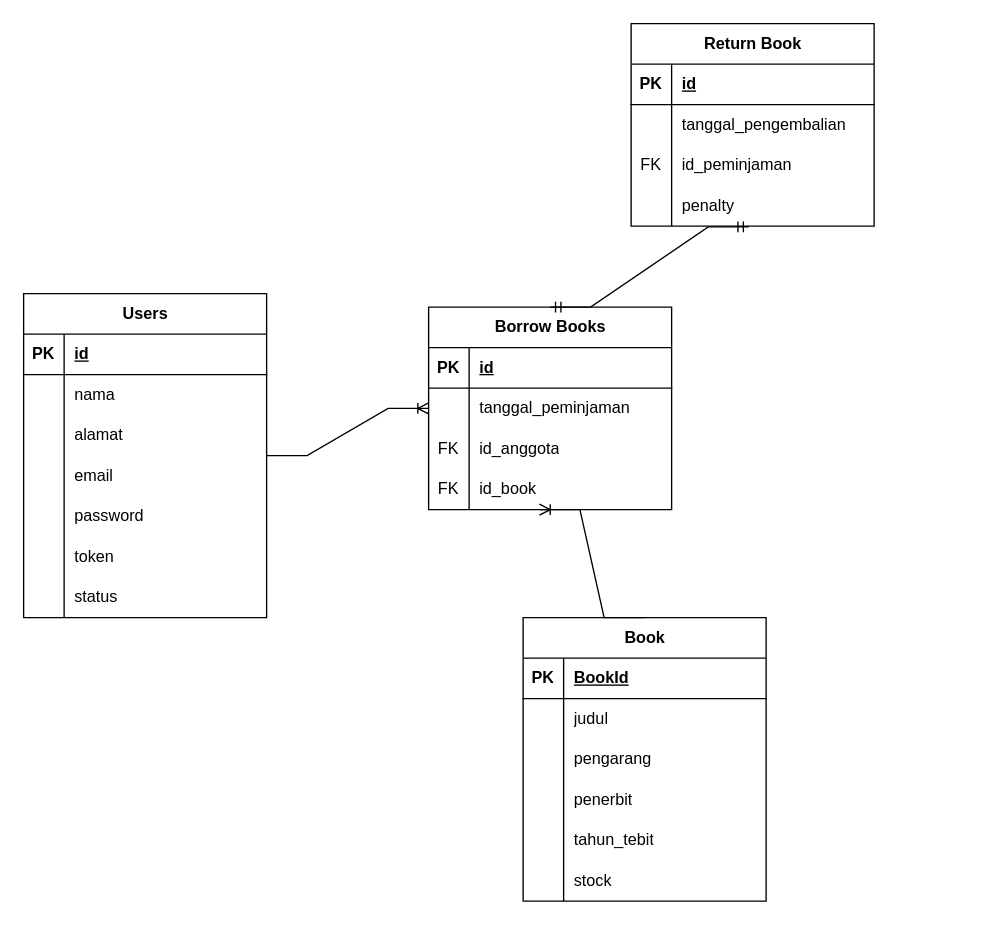
Earlier version of the draw.io diagram Diagram Tanpa Judul.drawio (Syaal/library). Source tidied: cells renumbered, new cells numbered last; positions are measured from the earlier drawing's top-left corner, leaving out a move shared by most shapes. Both pictures are drawn from the tidied source at 135%, with x=0, y=0 at pixel (23, 23).
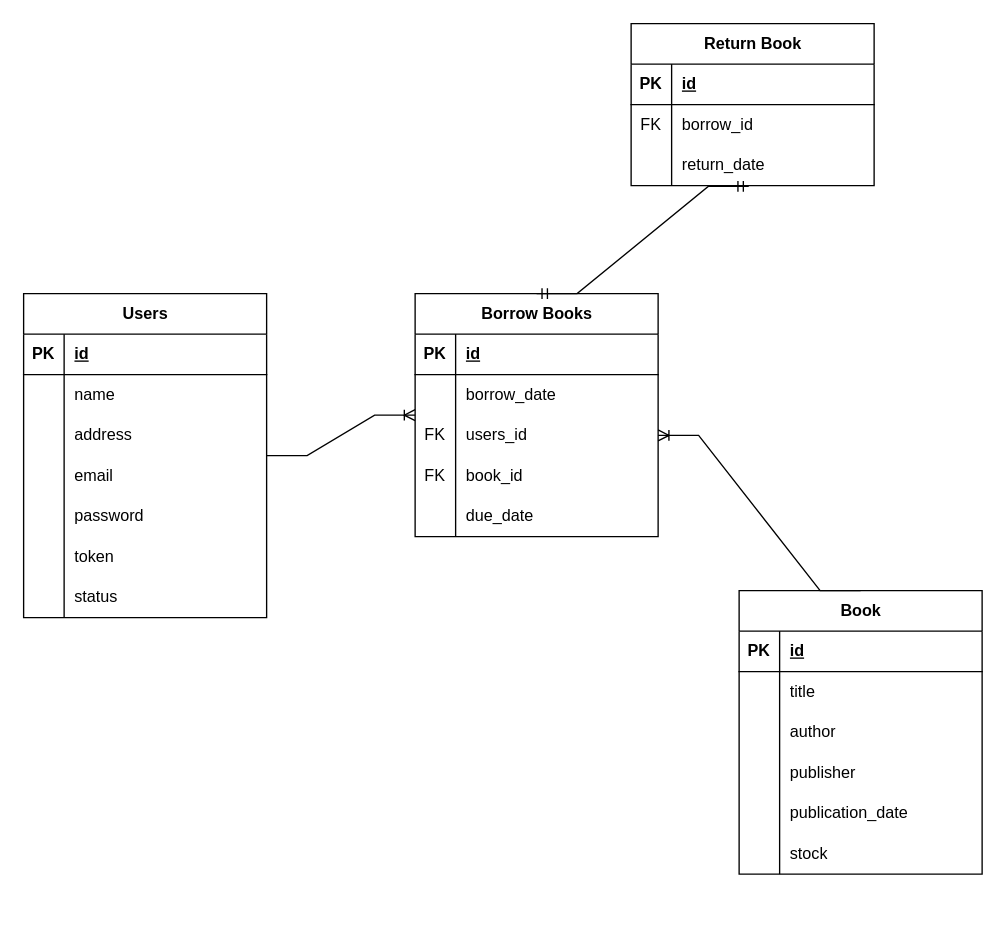
Above is the later version.

Commit message:
mengganti atribut

The change refers to these unchanged cells:
```xml
<mxCell id="3" style="shape=tableRow;horizontal=0;startSize=0;swimlaneHead=0;swimlaneBody=0;fillColor=none;top=0;left=0;right=0;bottom=1;" parent="2" vertex="1">
  <mxGeometry y="30" width="180" height="30" as="geometry" />
</mxCell>
<mxCell id="6" style="shape=tableRow;horizontal=0;startSize=0;swimlaneHead=0;swimlaneBody=0;fillColor=none;top=0;left=0;right=0;bottom=0;" parent="2" vertex="1">
  <mxGeometry y="60" width="180" height="30" as="geometry" />
</mxCell>
<mxCell id="9" style="shape=tableRow;horizontal=0;startSize=0;swimlaneHead=0;swimlaneBody=0;fillColor=none;top=0;left=0;right=0;bottom=0;" parent="2" vertex="1">
  <mxGeometry y="90" width="180" height="30" as="geometry" />
</mxCell>
<mxCell id="12" style="shape=tableRow;horizontal=0;startSize=0;swimlaneHead=0;swimlaneBody=0;fillColor=none;top=0;left=0;right=0;bottom=0;" parent="2" vertex="1">
  <mxGeometry y="120" width="180" height="30" as="geometry" />
</mxCell>
<mxCell id="15" style="shape=tableRow;horizontal=0;startSize=0;swimlaneHead=0;swimlaneBody=0;fillColor=none;top=0;left=0;right=0;bottom=0;" parent="2" vertex="1">
  <mxGeometry y="150" width="180" height="30" as="geometry" />
</mxCell>
<mxCell id="25" style="shape=tableRow;horizontal=0;startSize=0;swimlaneHead=0;swimlaneBody=0;fillColor=none;top=0;left=0;right=0;bottom=0;" parent="21" vertex="1">
  <mxGeometry y="60" width="180" height="30" as="geometry" />
</mxCell>
<mxCell id="28" style="shape=tableRow;horizontal=0;startSize=0;swimlaneHead=0;swimlaneBody=0;fillColor=none;top=0;left=0;right=0;bottom=0;" parent="21" vertex="1">
  <mxGeometry y="90" width="180" height="30" as="geometry" />
</mxCell>
<mxCell id="47" style="shape=tableRow;horizontal=0;startSize=0;swimlaneHead=0;swimlaneBody=0;fillColor=none;top=0;left=0;right=0;bottom=0;" parent="43" vertex="1">
  <mxGeometry y="60" width="180" height="30" as="geometry" />
</mxCell>
<mxCell id="50" style="shape=tableRow;horizontal=0;startSize=0;swimlaneHead=0;swimlaneBody=0;fillColor=none;points=[[0,0.5],[1,0.5]];portConstraint=eastwest;top=0;left=0;right=0;bottom=0;" parent="43" vertex="1">
  <mxGeometry y="90" width="180" height="30" as="geometry" />
</mxCell>
<mxCell id="53" style="shape=tableRow;horizontal=0;startSize=0;swimlaneHead=0;swimlaneBody=0;fillColor=none;points=[[0,0.5],[1,0.5]];portConstraint=eastwest;top=0;left=0;right=0;bottom=0;" parent="43" vertex="1">
  <mxGeometry y="120" width="180" height="30" as="geometry" />
</mxCell>
```

The edit, as a diff of the source:
```diff
@@
     <mxCell id="2" value="Book" style="shape=table;startSize=30;childLayout=tableLayout;rowLines=0;fontStyle=1;align=center;html=1;" parent="1" vertex="1">
-      <mxGeometry x="370" y="440" width="180" height="210" as="geometry" />
+      <mxGeometry x="530" y="420" width="180" height="210" as="geometry" />
     </mxCell>
@@
-    <mxCell id="5" value="BookId" style="shape=partialRectangle;fillColor=none;top=0;left=0;bottom=0;right=0;align=left;spacingLeft=6;fontStyle=5;overflow=hidden;whiteSpace=wrap;html=1;" parent="3" vertex="1">
+    <mxCell id="5" value="id" style="shape=partialRectangle;fillColor=none;top=0;left=0;bottom=0;right=0;align=left;spacingLeft=6;fontStyle=5;overflow=hidden;whiteSpace=wrap;html=1;" parent="3" vertex="1">
       <mxGeometry x="30" width="150" height="30" as="geometry" />
     </mxCell>
@@
-    <mxCell id="8" value="judul" style="shape=partialRectangle;fillColor=none;top=0;left=0;bottom=0;right=0;align=left;spacingLeft=6;overflow=hidden;whiteSpace=wrap;html=1;" parent="6" vertex="1">
+    <mxCell id="8" value="title" style="shape=partialRectangle;fillColor=none;top=0;left=0;bottom=0;right=0;align=left;spacingLeft=6;overflow=hidden;whiteSpace=wrap;html=1;" parent="6" vertex="1">
       <mxGeometry x="30" width="150" height="30" as="geometry" />
     </mxCell>
@@
-    <mxCell id="11" value="pengarang" style="shape=partialRectangle;fillColor=none;top=0;left=0;bottom=0;right=0;align=left;spacingLeft=6;overflow=hidden;whiteSpace=wrap;html=1;" parent="9" vertex="1">
+    <mxCell id="11" value="author" style="shape=partialRectangle;fillColor=none;top=0;left=0;bottom=0;right=0;align=left;spacingLeft=6;overflow=hidden;whiteSpace=wrap;html=1;" parent="9" vertex="1">
       <mxGeometry x="30" width="150" height="30" as="geometry" />
     </mxCell>
@@
-    <mxCell id="14" value="penerbit" style="shape=partialRectangle;fillColor=none;top=0;left=0;bottom=0;right=0;align=left;spacingLeft=6;overflow=hidden;whiteSpace=wrap;html=1;" parent="12" vertex="1">
+    <mxCell id="14" value="publisher" style="shape=partialRectangle;fillColor=none;top=0;left=0;bottom=0;right=0;align=left;spacingLeft=6;overflow=hidden;whiteSpace=wrap;html=1;" parent="12" vertex="1">
       <mxGeometry x="30" width="150" height="30" as="geometry" />
     </mxCell>
@@
-    <mxCell id="17" value="tahun_tebit" style="shape=partialRectangle;fillColor=none;top=0;left=0;bottom=0;right=0;align=left;spacingLeft=6;overflow=hidden;whiteSpace=wrap;html=1;" parent="15" vertex="1">
+    <mxCell id="17" value="publication_date" style="shape=partialRectangle;fillColor=none;top=0;left=0;bottom=0;right=0;align=left;spacingLeft=6;overflow=hidden;whiteSpace=wrap;html=1;" parent="15" vertex="1">
       <mxGeometry x="30" width="150" height="30" as="geometry" />
     </mxCell>
@@
-    <mxCell id="27" value="nama" style="shape=partialRectangle;fillColor=none;top=0;left=0;bottom=0;right=0;align=left;spacingLeft=6;overflow=hidden;whiteSpace=wrap;html=1;" parent="25" vertex="1">
+    <mxCell id="27" value="name" style="shape=partialRectangle;fillColor=none;top=0;left=0;bottom=0;right=0;align=left;spacingLeft=6;overflow=hidden;whiteSpace=wrap;html=1;" parent="25" vertex="1">
       <mxGeometry x="30" width="150" height="30" as="geometry" />
     </mxCell>
@@
-    <mxCell id="30" value="alamat" style="shape=partialRectangle;fillColor=none;top=0;left=0;bottom=0;right=0;align=left;spacingLeft=6;overflow=hidden;whiteSpace=wrap;html=1;" parent="28" vertex="1">
+    <mxCell id="30" value="address" style="shape=partialRectangle;fillColor=none;top=0;left=0;bottom=0;right=0;align=left;spacingLeft=6;overflow=hidden;whiteSpace=wrap;html=1;" parent="28" vertex="1">
       <mxGeometry x="30" width="150" height="30" as="geometry" />
     </mxCell>
@@
     <mxCell id="43" value="Borrow Books" style="shape=table;startSize=30;childLayout=tableLayout;rowLines=0;fontStyle=1;align=center;html=1;" parent="1" vertex="1">
-      <mxGeometry x="300" y="210" width="180" height="150" as="geometry" />
+      <mxGeometry x="290" y="200" width="180" height="180" as="geometry" />
     </mxCell>
@@
-    <mxCell id="49" value="tanggal_peminjaman" style="shape=partialRectangle;fillColor=none;top=0;left=0;bottom=0;right=0;align=left;spacingLeft=6;overflow=hidden;whiteSpace=wrap;html=1;" parent="47" vertex="1">
+    <mxCell id="49" value="borrow_date" style="shape=partialRectangle;fillColor=none;top=0;left=0;bottom=0;right=0;align=left;spacingLeft=6;overflow=hidden;whiteSpace=wrap;html=1;" parent="47" vertex="1">
       <mxGeometry x="30" width="150" height="30" as="geometry" />
     </mxCell>
@@
-    <mxCell id="52" value="id_anggota" style="shape=partialRectangle;fillColor=none;top=0;left=0;bottom=0;right=0;align=left;spacingLeft=6;overflow=hidden;whiteSpace=wrap;html=1;" parent="50" vertex="1">
+    <mxCell id="52" value="users_id" style="shape=partialRectangle;fillColor=none;top=0;left=0;bottom=0;right=0;align=left;spacingLeft=6;overflow=hidden;whiteSpace=wrap;html=1;" parent="50" vertex="1">
       <mxGeometry x="30" width="150" height="30" as="geometry" />
     </mxCell>
@@
-    <mxCell id="55" value="id_book" style="shape=partialRectangle;fillColor=none;top=0;left=0;bottom=0;right=0;align=left;spacingLeft=6;overflow=hidden;whiteSpace=wrap;html=1;" parent="53" vertex="1">
+    <mxCell id="55" value="book_id" style="shape=partialRectangle;fillColor=none;top=0;left=0;bottom=0;right=0;align=left;spacingLeft=6;overflow=hidden;whiteSpace=wrap;html=1;" parent="53" vertex="1">
       <mxGeometry x="30" width="150" height="30" as="geometry" />
     </mxCell>
+    <mxCell id="72" style="shape=tableRow;horizontal=0;startSize=0;swimlaneHead=0;swimlaneBody=0;fillColor=none;top=0;left=0;right=0;bottom=0;" parent="43" vertex="1">
+      <mxGeometry y="150" width="180" height="30" as="geometry" />
+    </mxCell>
+    <mxCell id="64" style="shape=partialRectangle;fillColor=none;top=0;left=0;bottom=0;right=0;overflow=hidden;whiteSpace=wrap;html=1;" parent="72" vertex="1">
+      <mxGeometry width="30" height="30" as="geometry" />
+    </mxCell>
+    <mxCell id="73" value="due_date" style="shape=partialRectangle;fillColor=none;top=0;left=0;bottom=0;right=0;align=left;spacingLeft=6;overflow=hidden;whiteSpace=wrap;html=1;" parent="72" vertex="1">
+      <mxGeometry x="30" width="150" height="30" as="geometry" />
+    </mxCell>
@@
-    <mxCell id="57" style="edgeStyle=entityRelationEdgeStyle;fontSize=12;html=1;endArrow=ERoneToMany;rounded=0;entryX=0.456;entryY=1;entryDx=0;entryDy=0;entryPerimeter=0;exitX=0.5;exitY=0;exitDx=0;exitDy=0;" parent="1" edge="1" source="2" target="53">
+    <mxCell id="57" style="edgeStyle=entityRelationEdgeStyle;fontSize=12;html=1;endArrow=ERoneToMany;rounded=0;exitX=0.5;exitY=0;exitDx=0;exitDy=0;entryX=1;entryY=0.5;entryDx=0;entryDy=0;" parent="1" edge="1" source="2" target="50">
       <mxGeometry relative="1" as="geometry" />
     </mxCell>
@@
     <mxCell id="59" value="Return Book" style="shape=table;startSize=30;childLayout=tableLayout;rowLines=0;fontStyle=1;align=center;html=1;" parent="1" vertex="1">
-      <mxGeometry x="450" width="180" height="150" as="geometry" />
+      <mxGeometry x="450" width="180" height="120" as="geometry" />
     </mxCell>
@@
-    <mxCell id="63" style="shape=tableRow;horizontal=0;startSize=0;swimlaneHead=0;swimlaneBody=0;fillColor=none;top=0;left=0;right=0;bottom=0;" parent="59" vertex="1">
-      <mxGeometry y="60" width="180" height="30" as="geometry" />
-    </mxCell>
-    <mxCell id="64" style="shape=partialRectangle;fillColor=none;top=0;left=0;bottom=0;right=0;overflow=hidden;whiteSpace=wrap;html=1;" parent="63" vertex="1">
-      <mxGeometry width="30" height="30" as="geometry" />
-    </mxCell>
-    <mxCell id="65" value="tanggal_pengembalian" style="shape=partialRectangle;fillColor=none;top=0;left=0;bottom=0;right=0;align=left;spacingLeft=6;overflow=hidden;whiteSpace=wrap;html=1;" parent="63" vertex="1">
-      <mxGeometry x="30" width="150" height="30" as="geometry" />
-    </mxCell>
     <mxCell id="66" style="shape=tableRow;horizontal=0;startSize=0;swimlaneHead=0;swimlaneBody=0;fillColor=none;top=0;left=0;right=0;bottom=0;" parent="59" vertex="1">
-      <mxGeometry y="90" width="180" height="30" as="geometry" />
+      <mxGeometry y="60" width="180" height="30" as="geometry" />
     </mxCell>
@@
-    <mxCell id="68" value="id_peminjaman" style="shape=partialRectangle;fillColor=none;top=0;left=0;bottom=0;right=0;align=left;spacingLeft=6;overflow=hidden;whiteSpace=wrap;html=1;" parent="66" vertex="1">
+    <mxCell id="68" value="borrow_id" style="shape=partialRectangle;fillColor=none;top=0;left=0;bottom=0;right=0;align=left;spacingLeft=6;overflow=hidden;whiteSpace=wrap;html=1;" parent="66" vertex="1">
       <mxGeometry x="30" width="150" height="30" as="geometry" />
     </mxCell>
     <mxCell id="69" style="shape=tableRow;horizontal=0;startSize=0;swimlaneHead=0;swimlaneBody=0;fillColor=none;points=[[0,0.5],[1,0.5]];portConstraint=eastwest;top=0;left=0;right=0;bottom=0;" parent="59" vertex="1">
-      <mxGeometry y="120" width="180" height="30" as="geometry" />
+      <mxGeometry y="90" width="180" height="30" as="geometry" />
     </mxCell>
@@
-    <mxCell id="71" value="penalty" style="shape=partialRectangle;fillColor=none;top=0;left=0;bottom=0;right=0;align=left;spacingLeft=6;overflow=hidden;whiteSpace=wrap;html=1;" parent="69" vertex="1">
+    <mxCell id="71" value="return_date" style="shape=partialRectangle;fillColor=none;top=0;left=0;bottom=0;right=0;align=left;spacingLeft=6;overflow=hidden;whiteSpace=wrap;html=1;" parent="69" vertex="1">
       <mxGeometry x="30" width="150" height="30" as="geometry" />
     </mxCell>
```
